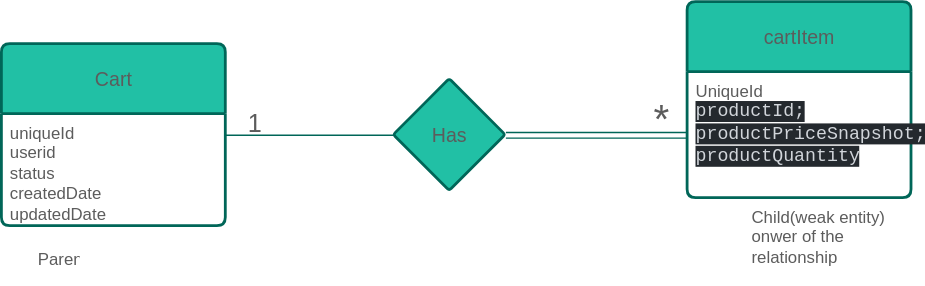
Before: System Design/Database/cartt_service_databse.drawio.svg, a diagram exported from draw.io (Sandesh12adk/Daraz). Source tidied: cells renumbered, new cells last; positions are measured from the earlier drawing's top-left corner, leaving out a move shared by most shapes.
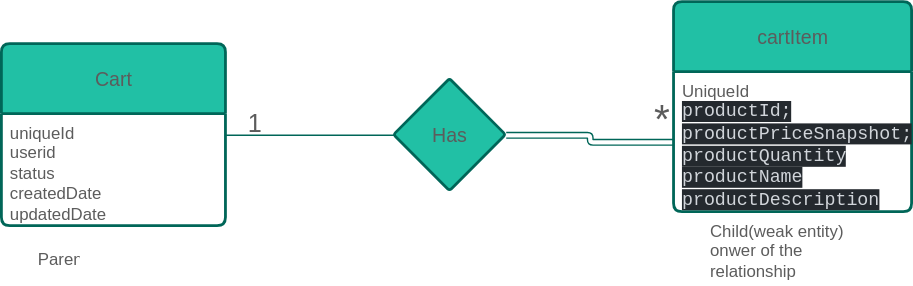
Later version of the same file.

What changed in the source:
```diff
@@ -12,10 +12,10 @@
       <mxGeometry y="50" width="160" height="80" as="geometry" />
     </mxCell>
     <mxCell id="5" value="cartItem" style="swimlane;horizontal=1;startSize=50;rounded=1;fontSize=14;fontStyle=0;strokeWidth=2;shadow=0;dashed=0;align=center;arcSize=4;whiteSpace=wrap;html=1;labelBackgroundColor=none;fillColor=#21C0A5;strokeColor=#006658;fontColor=#5C5C5C;" parent="1" vertex="1">
-      <mxGeometry x="490" width="160" height="140" as="geometry" />
+      <mxGeometry x="480" width="170" height="150" as="geometry" />
     </mxCell>
-    <mxCell id="6" value="UniqueId&lt;div&gt;&lt;span style=&quot;font-family: &amp;quot;JetBrains Mono&amp;quot;, monospace; font-size: 9.8pt; background-color: rgb(36, 41, 46); color: rgb(209, 213, 218);&quot;&gt;productId;&lt;/span&gt;&lt;/div&gt;&lt;div&gt;&lt;span style=&quot;font-family: &amp;quot;JetBrains Mono&amp;quot;, monospace; font-size: 9.8pt; background-color: rgb(36, 41, 46); color: rgb(209, 213, 218);&quot;&gt;productPriceSnapshot;&lt;/span&gt;&lt;/div&gt;&lt;div&gt;&lt;span style=&quot;font-family: &amp;quot;JetBrains Mono&amp;quot;, monospace; font-size: 9.8pt; background-color: rgb(36, 41, 46); color: rgb(209, 213, 218);&quot;&gt;productQuantity&lt;/span&gt;&lt;/div&gt;" style="align=left;strokeColor=none;fillColor=none;spacingLeft=4;spacingRight=4;fontSize=12;verticalAlign=top;html=1;whiteSpace=wrap;labelBackgroundColor=none;fontColor=#5C5C5C;rounded=1;" parent="5" vertex="1">
-      <mxGeometry y="50" width="160" height="90" as="geometry" />
+    <mxCell id="6" value="UniqueId&lt;div&gt;&lt;span style=&quot;font-family: &amp;quot;JetBrains Mono&amp;quot;, monospace; font-size: 9.8pt; background-color: rgb(36, 41, 46); color: rgb(209, 213, 218);&quot;&gt;productId;&lt;/span&gt;&lt;/div&gt;&lt;div&gt;&lt;span style=&quot;font-family: &amp;quot;JetBrains Mono&amp;quot;, monospace; font-size: 9.8pt; background-color: rgb(36, 41, 46); color: rgb(209, 213, 218);&quot;&gt;productPriceSnapshot;&lt;/span&gt;&lt;/div&gt;&lt;div&gt;&lt;span style=&quot;font-family: &amp;quot;JetBrains Mono&amp;quot;, monospace; font-size: 9.8pt; background-color: rgb(36, 41, 46); color: rgb(209, 213, 218);&quot;&gt;productQuantity&lt;/span&gt;&lt;/div&gt;&lt;div&gt;&lt;span style=&quot;font-family: &amp;quot;JetBrains Mono&amp;quot;, monospace; font-size: 9.8pt; background-color: rgb(36, 41, 46); color: rgb(209, 213, 218);&quot;&gt;productName&lt;/span&gt;&lt;/div&gt;&lt;div&gt;&lt;span style=&quot;font-family: &amp;quot;JetBrains Mono&amp;quot;, monospace; font-size: 9.8pt; background-color: rgb(36, 41, 46); color: rgb(209, 213, 218);&quot;&gt;productDescription&lt;/span&gt;&lt;/div&gt;" style="align=left;strokeColor=none;fillColor=none;spacingLeft=4;spacingRight=4;fontSize=12;verticalAlign=top;html=1;whiteSpace=wrap;labelBackgroundColor=none;fontColor=#5C5C5C;rounded=1;" parent="5" vertex="1">
+      <mxGeometry y="50" width="170" height="100" as="geometry" />
     </mxCell>
     <mxCell id="7" style="edgeStyle=orthogonalEdgeStyle;rounded=1;jettySize=auto;html=1;strokeColor=#006658;fontColor=default;shape=link;labelBackgroundColor=none;" parent="1" edge="1" source="8" target="6">
       <mxGeometry relative="1" as="geometry" />
@@ -33,7 +33,7 @@
       <mxGeometry x="20" y="170" width="40" height="30" as="geometry" />
     </mxCell>
     <mxCell id="12" value="Child(weak entity) onwer of the relationship" style="text;strokeColor=none;fillColor=none;spacingLeft=4;spacingRight=4;overflow=hidden;fontSize=12;whiteSpace=wrap;html=1;fontColor=#5C5C5C;rounded=1;labelBackgroundColor=none;" parent="1" vertex="1">
-      <mxGeometry x="530" y="140" width="130" height="50" as="geometry" />
+      <mxGeometry x="500" y="150" width="130" height="50" as="geometry" />
     </mxCell>
   </root>
 </mxGraphModel>
```
